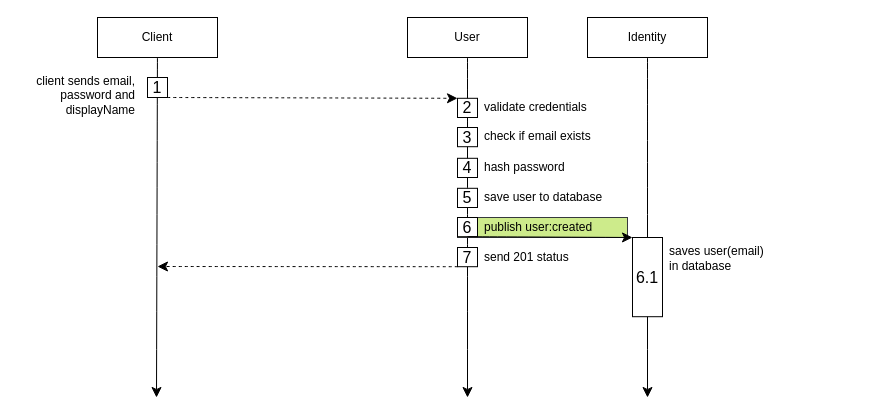
sourabh-singh-rawat/issue-tracker-services keeps this draw.io diagram as page "✅ /register" (1 of 5) of identity/docs/diagrams/flowcharts/identity-user.flow.drawio. Above is the earlier version. Source tidied: cells renumbered, new cells numbered last; positions are measured from the earlier drawing's top-left corner, leaving out a move shared by most shapes. Both pictures are drawn from the tidied source at 100%, with x=0, y=0 at pixel (17, 17).
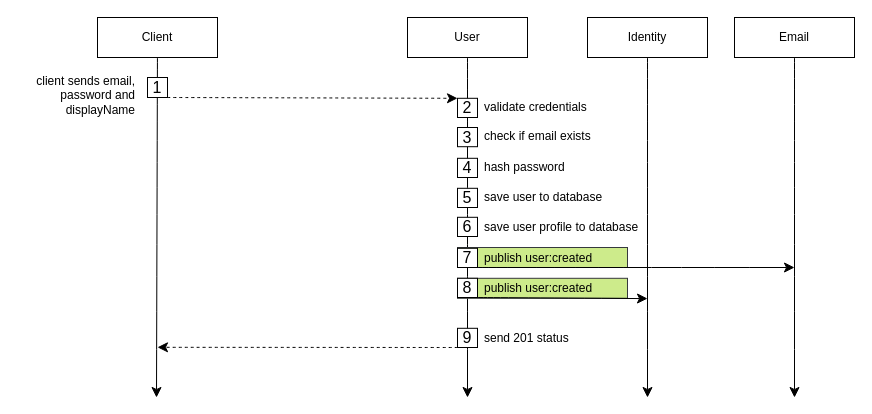
After the change.

The edit, as a diff of the source:
```diff
@@
     <mxCell id="9" style="edgeStyle=none;curved=1;rounded=0;orthogonalLoop=1;jettySize=auto;html=1;entryX=0;entryY=0.5;entryDx=0;entryDy=0;fontSize=12;startSize=8;endSize=8;fontFamily=Helvetica;" parent="1" edge="1">
       <mxGeometry relative="1" as="geometry">
-        <mxPoint x="440" y="270" as="sourcePoint" />
-        <mxPoint x="440" y="270" as="targetPoint" />
+        <mxPoint x="440" y="300.8" as="sourcePoint" />
+        <mxPoint x="440" y="300.8" as="targetPoint" />
       </mxGeometry>
     </mxCell>
@@
     <mxCell id="12" style="group;fillColor=#cdeb8b;strokeColor=#36393d;fontFamily=Helvetica;" parent="1" vertex="1">
-      <mxGeometry x="440" y="200" width="170" height="20" as="geometry" />
+      <mxGeometry x="440" y="230" width="170" height="20" as="geometry" />
     </mxCell>
-    <mxCell id="13" value="6" style="rounded=0;whiteSpace=wrap;html=1;fontSize=16;fontFamily=Helvetica;" parent="12" vertex="1">
-      <mxGeometry width="20" height="19.2" as="geometry" />
-    </mxCell>
-    <mxCell id="14" value="publish user:created&amp;nbsp;" style="text;html=1;strokeColor=none;fillColor=none;align=left;verticalAlign=middle;whiteSpace=wrap;rounded=0;fontSize=12;fontFamily=Helvetica;" parent="12" vertex="1">
-      <mxGeometry x="25" width="145" height="20" as="geometry" />
-    </mxCell>
@@
-    <mxCell id="18" style="group;fontFamily=Helvetica;" parent="1" vertex="1">
-      <mxGeometry x="440" y="170" width="170" height="20" as="geometry" />
-    </mxCell>
-    <mxCell id="19" value="5" style="rounded=0;whiteSpace=wrap;html=1;fontSize=16;fontFamily=Helvetica;" parent="18" vertex="1">
-      <mxGeometry y="0.8" width="20" height="19.2" as="geometry" />
-    </mxCell>
-    <mxCell id="20" value="save user to database" style="text;html=1;strokeColor=none;fillColor=none;align=left;verticalAlign=middle;whiteSpace=wrap;rounded=0;fontSize=12;fontFamily=Helvetica;" parent="18" vertex="1">
-      <mxGeometry x="25" width="145" height="20" as="geometry" />
-    </mxCell>
-    <mxCell id="21" style="edgeStyle=none;curved=1;rounded=0;jettySize=auto;html=1;exitX=0.5;exitY=1;exitDx=0;exitDy=0;entryX=0;entryY=0;entryDx=0;entryDy=0;fontSize=12;startSize=8;endSize=8;fontFamily=Helvetica;" parent="1" edge="1" source="13" target="25">
-      <mxGeometry relative="1" as="geometry" />
-    </mxCell>
     <mxCell id="22" style="edgeStyle=none;curved=1;rounded=0;jettySize=auto;html=1;fontSize=12;startSize=8;endSize=8;exitX=0;exitY=1;exitDx=0;exitDy=0;dashed=1;fontFamily=Helvetica;" parent="1" edge="1" source="23">
       <mxGeometry relative="1" as="geometry">
-        <mxPoint x="140" y="249" as="targetPoint" />
+        <mxPoint x="140" y="329.8" as="targetPoint" />
       </mxGeometry>
     </mxCell>
-    <mxCell id="23" value="7" style="rounded=0;whiteSpace=wrap;html=1;fontSize=16;fontFamily=Helvetica;" parent="1" vertex="1">
-      <mxGeometry x="440" y="230" width="20" height="19.2" as="geometry" />
+    <mxCell id="23" value="9" style="rounded=0;whiteSpace=wrap;html=1;fontSize=16;fontFamily=Helvetica;" parent="1" vertex="1">
+      <mxGeometry x="440" y="310.8" width="20" height="19.2" as="geometry" />
     </mxCell>
     <mxCell id="24" value="send 201 status" style="text;html=1;strokeColor=none;fillColor=none;align=left;verticalAlign=middle;whiteSpace=wrap;rounded=0;fontSize=12;fontFamily=Helvetica;" parent="1" vertex="1">
-      <mxGeometry x="465" y="230" width="145" height="20" as="geometry" />
+      <mxGeometry x="465" y="310.8" width="145" height="20" as="geometry" />
     </mxCell>
-    <mxCell id="25" value="6.1" style="rounded=0;whiteSpace=wrap;html=1;fontSize=16;fontFamily=Helvetica;" parent="1" vertex="1">
-      <mxGeometry x="615" y="220" width="30" height="79.2" as="geometry" />
-    </mxCell>
-    <mxCell id="26" value="saves user(email) &lt;br&gt;in database" style="text;html=1;strokeColor=none;fillColor=none;align=left;verticalAlign=middle;whiteSpace=wrap;rounded=0;fontSize=12;fontFamily=Helvetica;" parent="1" vertex="1">
-      <mxGeometry x="650" y="220.8" width="175" height="40" as="geometry" />
-    </mxCell>
@@
+    <mxCell id="32" style="edgeStyle=none;curved=1;rounded=0;jettySize=auto;html=1;exitX=1;exitY=1;exitDx=0;exitDy=0;fontSize=12;startSize=8;endSize=8;entryX=0;entryY=0;entryDx=0;entryDy=0;" parent="1" edge="1" source="13">
+      <mxGeometry relative="1" as="geometry">
+        <mxPoint x="777" y="250" as="targetPoint" />
+      </mxGeometry>
+    </mxCell>
+    <mxCell id="13" value="7" style="rounded=0;whiteSpace=wrap;html=1;fontSize=16;fontFamily=Helvetica;" parent="1" vertex="1">
+      <mxGeometry x="440" y="230.8" width="20" height="19.2" as="geometry" />
+    </mxCell>
+    <mxCell id="14" value="publish user:created&amp;nbsp;" style="text;html=1;strokeColor=none;fillColor=none;align=left;verticalAlign=middle;whiteSpace=wrap;rounded=0;fontSize=12;fontFamily=Helvetica;" parent="1" vertex="1">
+      <mxGeometry x="465" y="230.8" width="145" height="20" as="geometry" />
+    </mxCell>
+    <mxCell id="33" style="group;fillColor=#cdeb8b;strokeColor=#36393d;fontFamily=Helvetica;" parent="1" vertex="1">
+      <mxGeometry x="440" y="260.8" width="170" height="20" as="geometry" />
+    </mxCell>
+    <mxCell id="34" value="8" style="rounded=0;whiteSpace=wrap;html=1;fontSize=16;fontFamily=Helvetica;" parent="1" vertex="1">
+      <mxGeometry x="440" y="260.8" width="20" height="19.2" as="geometry" />
+    </mxCell>
+    <mxCell id="35" value="publish user:created&amp;nbsp;" style="text;html=1;strokeColor=none;fillColor=none;align=left;verticalAlign=middle;whiteSpace=wrap;rounded=0;fontSize=12;fontFamily=Helvetica;" parent="1" vertex="1">
+      <mxGeometry x="465" y="260.8" width="145" height="20" as="geometry" />
+    </mxCell>
+    <mxCell id="21" style="edgeStyle=none;curved=1;rounded=0;jettySize=auto;html=1;exitX=1;exitY=1;exitDx=0;exitDy=0;entryX=0;entryY=0;entryDx=0;entryDy=0;fontSize=12;startSize=8;endSize=8;fontFamily=Helvetica;" parent="1" edge="1" source="34">
+      <mxGeometry relative="1" as="geometry">
+        <mxPoint x="630" y="281.1" as="targetPoint" />
+      </mxGeometry>
+    </mxCell>
+    <mxCell id="36" style="edgeStyle=none;curved=1;rounded=0;jettySize=auto;html=1;fontSize=12;startSize=8;endSize=8;" parent="1" edge="1" source="37">
+      <mxGeometry relative="1" as="geometry">
+        <mxPoint x="777" y="380" as="targetPoint" />
+      </mxGeometry>
+    </mxCell>
+    <mxCell id="37" value="Email" style="rounded=0;whiteSpace=wrap;html=1;fontFamily=Helvetica;" parent="1" vertex="1">
+      <mxGeometry x="717" width="120" height="40" as="geometry" />
+    </mxCell>
+    <mxCell id="19" value="5" style="rounded=0;whiteSpace=wrap;html=1;fontSize=16;fontFamily=Helvetica;" parent="1" vertex="1">
+      <mxGeometry x="440" y="170.8" width="20" height="19.2" as="geometry" />
+    </mxCell>
+    <mxCell id="20" value="save user to database" style="text;html=1;strokeColor=none;fillColor=none;align=left;verticalAlign=middle;whiteSpace=wrap;rounded=0;fontSize=12;fontFamily=Helvetica;" parent="1" vertex="1">
+      <mxGeometry x="465" y="170" width="145" height="20" as="geometry" />
+    </mxCell>
+    <mxCell id="38" style="group;" parent="1" vertex="1">
+      <mxGeometry x="440" y="199.8" width="190" height="20" as="geometry" />
+    </mxCell>
+    <mxCell id="39" value="6" style="rounded=0;whiteSpace=wrap;html=1;fontSize=16;fontFamily=Helvetica;" parent="38" vertex="1">
+      <mxGeometry width="20" height="19.2" as="geometry" />
+    </mxCell>
+    <mxCell id="40" value="save user profile to database" style="text;html=1;strokeColor=none;fillColor=none;align=left;verticalAlign=middle;whiteSpace=wrap;rounded=0;fontSize=12;fontFamily=Helvetica;" parent="38" vertex="1">
+      <mxGeometry x="25" width="165" height="20" as="geometry" />
+    </mxCell>
+    <mxCell id="41" style="edgeStyle=none;curved=1;rounded=0;orthogonalLoop=1;jettySize=auto;html=1;exitX=1;exitY=0.75;exitDx=0;exitDy=0;fontSize=12;startSize=8;endSize=8;" parent="38" edge="1" source="39" target="39">
+      <mxGeometry relative="1" as="geometry" />
+    </mxCell>
```
